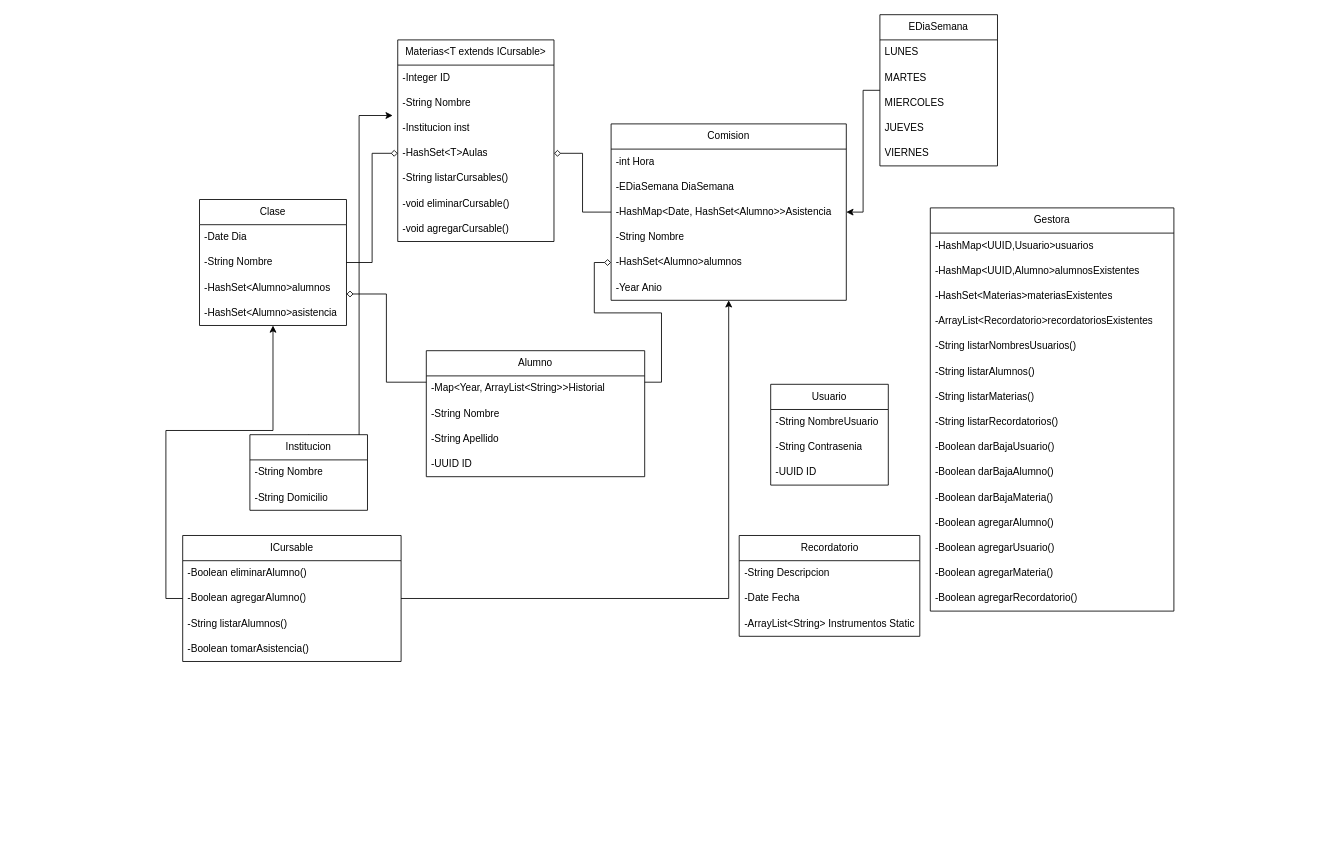
Earlier version of the draw.io diagram TpFinalUML.drawio (MLN-git/TrabajoPractico-2.0_2026). Source tidied: cells renumbered, new cells numbered last; positions are measured from the earlier drawing's top-left corner, leaving out a move shared by most shapes. Both pictures are drawn from the tidied source at 84%, with x=0, y=0 at pixel (182, 14).
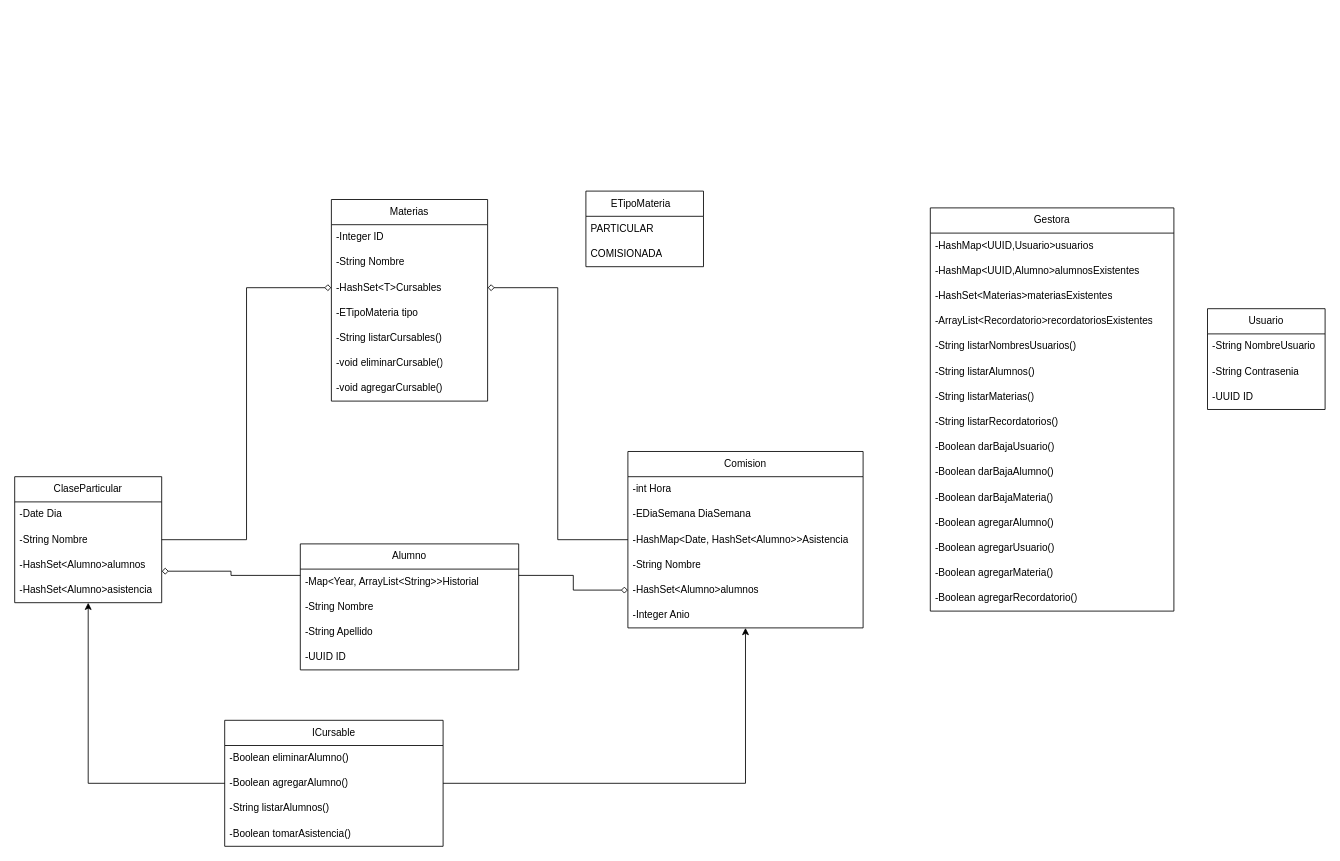
After the change.

Diff of the diagram source:
```diff
@@
-    <mxCell id="2" value="Materias&amp;lt;T extends ICursable&amp;gt;" style="swimlane;fontStyle=0;horizontal=1;startSize=30;whiteSpace=wrap;html=1;" parent="1" vertex="1">
-      <mxGeometry x="256" y="30" width="186" height="240" as="geometry" />
+    <mxCell id="2" value="&lt;div&gt;Materias&lt;/div&gt;" style="swimlane;fontStyle=0;horizontal=1;startSize=30;whiteSpace=wrap;html=1;" parent="1" vertex="1">
+      <mxGeometry x="177" y="220" width="186" height="240" as="geometry" />
     </mxCell>
@@
-    <mxCell id="5" value="-Institucion inst" style="text;strokeColor=none;fillColor=none;align=left;verticalAlign=middle;spacingLeft=4;spacingRight=4;overflow=hidden;whiteSpace=wrap;html=1;" parent="2" vertex="1">
-      <mxGeometry y="90" width="186" height="30" as="geometry" />
-    </mxCell>
-    <mxCell id="6" value="-HashSet&amp;lt;T&amp;gt;Aulas" style="text;strokeColor=none;fillColor=none;align=left;verticalAlign=middle;spacingLeft=4;spacingRight=4;overflow=hidden;points=[[0,0.5],[1,0.5]];portConstraint=eastwest;whiteSpace=wrap;html=1;" parent="2" vertex="1">
-      <mxGeometry y="120" width="186" height="30" as="geometry" />
+    <mxCell id="6" value="&lt;div&gt;-HashSet&amp;lt;T&amp;gt;Cursables&lt;/div&gt;" style="text;strokeColor=none;fillColor=none;align=left;verticalAlign=middle;spacingLeft=4;spacingRight=4;overflow=hidden;points=[[0,0.5],[1,0.5]];portConstraint=eastwest;whiteSpace=wrap;html=1;" parent="2" vertex="1">
+      <mxGeometry y="90" width="186" height="30" as="geometry" />
     </mxCell>
+    <mxCell id="73" value="-ETipoMateria tipo" style="text;strokeColor=none;fillColor=none;align=left;verticalAlign=middle;spacingLeft=4;spacingRight=4;overflow=hidden;whiteSpace=wrap;html=1;" parent="2" vertex="1">
+      <mxGeometry y="120" width="186" height="30" as="geometry" />
+    </mxCell>
@@
     <mxCell id="11" value="Comision" style="swimlane;fontStyle=0;horizontal=1;startSize=30;whiteSpace=wrap;html=1;" parent="1" vertex="1">
-      <mxGeometry x="510" y="130" width="280" height="210" as="geometry" />
+      <mxGeometry x="530" y="520" width="280" height="210" as="geometry" />
     </mxCell>
@@
-    <mxCell id="17" value="-Year Anio" style="text;strokeColor=none;fillColor=none;align=left;verticalAlign=middle;spacingLeft=4;spacingRight=4;overflow=hidden;whiteSpace=wrap;html=1;" parent="11" vertex="1">
+    <mxCell id="17" value="-Integer Anio" style="text;strokeColor=none;fillColor=none;align=left;verticalAlign=middle;spacingLeft=4;spacingRight=4;overflow=hidden;whiteSpace=wrap;html=1;" parent="11" vertex="1">
       <mxGeometry y="180" width="280" height="30" as="geometry" />
     </mxCell>
-    <mxCell id="18" style="edgeStyle=orthogonalEdgeStyle;rounded=0;jettySize=auto;html=1;exitX=0.5;exitY=0;exitDx=0;exitDy=0;defaultLabelBackgroundColor=page;labelPadding=0 4;" parent="1" edge="1" source="19">
-      <mxGeometry x="-0.62" relative="1" as="geometry">
-        <mxPoint x="250" y="120" as="targetPoint" />
-        <Array as="points">
-          <mxPoint x="150" y="510" />
-          <mxPoint x="210" y="510" />
-          <mxPoint x="210" y="120" />
-        </Array>
-      </mxGeometry>
-    </mxCell>
-    <mxCell id="19" value="Institucion" style="swimlane;fontStyle=0;horizontal=1;startSize=30;whiteSpace=wrap;html=1;" parent="1" vertex="1">
-      <mxGeometry x="80" y="500" width="140" height="90" as="geometry" />
-    </mxCell>
-    <mxCell id="20" value="-String Nombre" style="text;strokeColor=none;fillColor=none;align=left;verticalAlign=middle;spacingLeft=4;spacingRight=4;overflow=hidden;whiteSpace=wrap;html=1;" parent="19" vertex="1">
-      <mxGeometry y="30" width="140" height="30" as="geometry" />
-    </mxCell>
-    <mxCell id="21" value="-String Domicilio" style="text;strokeColor=none;fillColor=none;align=left;verticalAlign=middle;spacingLeft=4;spacingRight=4;overflow=hidden;whiteSpace=wrap;html=1;" parent="19" vertex="1">
-      <mxGeometry y="60" width="140" height="30" as="geometry" />
-    </mxCell>
-    <mxCell id="22" value="Recordatorio" style="swimlane;fontStyle=0;horizontal=1;startSize=30;whiteSpace=wrap;html=1;" parent="1" vertex="1">
-      <mxGeometry x="662.5" y="620" width="215" height="120" as="geometry" />
-    </mxCell>
-    <mxCell id="23" value="-String Descripcion" style="text;strokeColor=none;fillColor=none;align=left;verticalAlign=middle;spacingLeft=4;spacingRight=4;overflow=hidden;whiteSpace=wrap;html=1;" parent="22" vertex="1">
-      <mxGeometry y="30" width="215" height="30" as="geometry" />
-    </mxCell>
-    <mxCell id="24" value="-Date Fecha" style="text;strokeColor=none;fillColor=none;align=left;verticalAlign=middle;spacingLeft=4;spacingRight=4;overflow=hidden;whiteSpace=wrap;html=1;" parent="22" vertex="1">
-      <mxGeometry y="60" width="215" height="30" as="geometry" />
-    </mxCell>
-    <mxCell id="25" value="-ArrayList&amp;lt;String&amp;gt; Instrumentos Static" style="text;strokeColor=none;fillColor=none;align=left;verticalAlign=middle;spacingLeft=4;spacingRight=4;overflow=hidden;whiteSpace=wrap;html=1;" parent="22" vertex="1">
-      <mxGeometry y="90" width="215" height="30" as="geometry" />
-    </mxCell>
@@
     <mxCell id="44" value="Alumno" style="swimlane;fontStyle=0;horizontal=1;startSize=30;whiteSpace=wrap;html=1;" parent="1" vertex="1">
-      <mxGeometry x="290" y="400" width="260" height="150" as="geometry" />
+      <mxGeometry x="140" y="630" width="260" height="150" as="geometry" />
     </mxCell>
@@
     <mxCell id="49" value="Usuario" style="swimlane;fontStyle=0;horizontal=1;startSize=30;whiteSpace=wrap;html=1;" parent="1" vertex="1">
-      <mxGeometry x="700" y="440" width="140" height="120" as="geometry" />
+      <mxGeometry x="1220" y="350" width="140" height="120" as="geometry" />
     </mxCell>
@@
-    <mxCell id="54" value="Clase" style="swimlane;fontStyle=0;horizontal=1;startSize=30;whiteSpace=wrap;html=1;" parent="1" vertex="1">
-      <mxGeometry x="20" y="220" width="175" height="150" as="geometry" />
+    <mxCell id="54" value="&lt;div&gt;ClaseParticular&lt;/div&gt;" style="swimlane;fontStyle=0;horizontal=1;startSize=30;whiteSpace=wrap;html=1;" parent="1" vertex="1">
+      <mxGeometry x="-200" y="550" width="175" height="150" as="geometry" />
     </mxCell>
@@
-    <mxCell id="61" style="edgeStyle=orthogonalEdgeStyle;rounded=0;jettySize=auto;html=1;exitX=0;exitY=0.5;exitDx=0;exitDy=0;defaultLabelBackgroundColor=page;labelPadding=0 4;" parent="1" edge="1" source="62" target="11">
-      <mxGeometry relative="1" as="geometry" />
-    </mxCell>
-    <mxCell id="62" value="EDiaSemana" style="swimlane;fontStyle=0;horizontal=1;startSize=30;whiteSpace=wrap;html=1;" parent="1" vertex="1">
-      <mxGeometry x="830" width="140" height="180" as="geometry" />
-    </mxCell>
-    <mxCell id="63" value="LUNES" style="text;strokeColor=none;fillColor=none;align=left;verticalAlign=middle;spacingLeft=4;spacingRight=4;overflow=hidden;whiteSpace=wrap;html=1;" parent="62" vertex="1">
-      <mxGeometry y="30" width="140" height="30" as="geometry" />
-    </mxCell>
-    <mxCell id="64" value="MARTES" style="text;strokeColor=none;fillColor=none;align=left;verticalAlign=middle;spacingLeft=4;spacingRight=4;overflow=hidden;whiteSpace=wrap;html=1;" parent="62" vertex="1">
-      <mxGeometry y="60" width="140" height="30" as="geometry" />
-    </mxCell>
-    <mxCell id="65" value="MIERCOLES" style="text;strokeColor=none;fillColor=none;align=left;verticalAlign=middle;spacingLeft=4;spacingRight=4;overflow=hidden;whiteSpace=wrap;html=1;" parent="62" vertex="1">
-      <mxGeometry y="90" width="140" height="30" as="geometry" />
-    </mxCell>
-    <mxCell id="66" value="JUEVES" style="text;strokeColor=none;fillColor=none;align=left;verticalAlign=middle;spacingLeft=4;spacingRight=4;overflow=hidden;whiteSpace=wrap;html=1;" parent="62" vertex="1">
-      <mxGeometry y="120" width="140" height="30" as="geometry" />
-    </mxCell>
-    <mxCell id="67" value="VIERNES" style="text;strokeColor=none;fillColor=none;align=left;verticalAlign=middle;spacingLeft=4;spacingRight=4;overflow=hidden;whiteSpace=wrap;html=1;" parent="62" vertex="1">
-      <mxGeometry y="150" width="140" height="30" as="geometry" />
-    </mxCell>
     <mxCell id="68" value="ICursable" style="swimlane;fontStyle=0;horizontal=1;startSize=30;whiteSpace=wrap;html=1;" parent="1" vertex="1">
-      <mxGeometry y="620" width="260" height="150" as="geometry" />
+      <mxGeometry x="50" y="840" width="260" height="150" as="geometry" />
     </mxCell>
@@
+    <mxCell id="74" value="ETipoMateria&lt;span style=&quot;white-space: pre;&quot;&gt;&#9;&lt;/span&gt;" style="swimlane;fontStyle=0;horizontal=1;startSize=30;whiteSpace=wrap;html=1;" parent="1" vertex="1">
+      <mxGeometry x="480" y="210" width="140" height="90" as="geometry" />
+    </mxCell>
+    <mxCell id="75" value="PARTICULAR&lt;span style=&quot;white-space: pre;&quot;&gt;&#9;&lt;/span&gt;&lt;span style=&quot;white-space: pre;&quot;&gt;&#9;&lt;/span&gt;" style="text;strokeColor=none;fillColor=none;align=left;verticalAlign=middle;spacingLeft=4;spacingRight=4;overflow=hidden;whiteSpace=wrap;html=1;" parent="74" vertex="1">
+      <mxGeometry y="30" width="140" height="30" as="geometry" />
+    </mxCell>
+    <mxCell id="76" value="COMISIONADA" style="text;strokeColor=none;fillColor=none;align=left;verticalAlign=middle;spacingLeft=4;spacingRight=4;overflow=hidden;whiteSpace=wrap;html=1;" parent="74" vertex="1">
+      <mxGeometry y="60" width="140" height="30" as="geometry" />
+    </mxCell>
```
